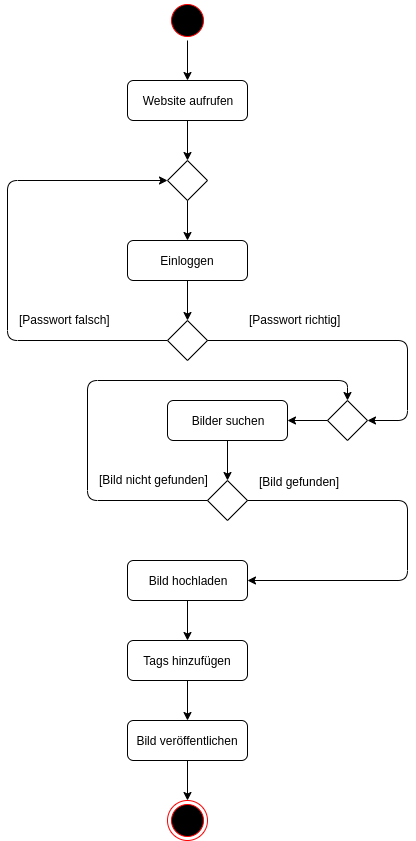
Earlier version of the draw.io export Doc/UML/AktivitätsDiagramm.png (kosquiz/imageboard). Source tidied: cells renumbered, new cells last; positions are measured from the earlier drawing's top-left corner, leaving out a move shared by most shapes.
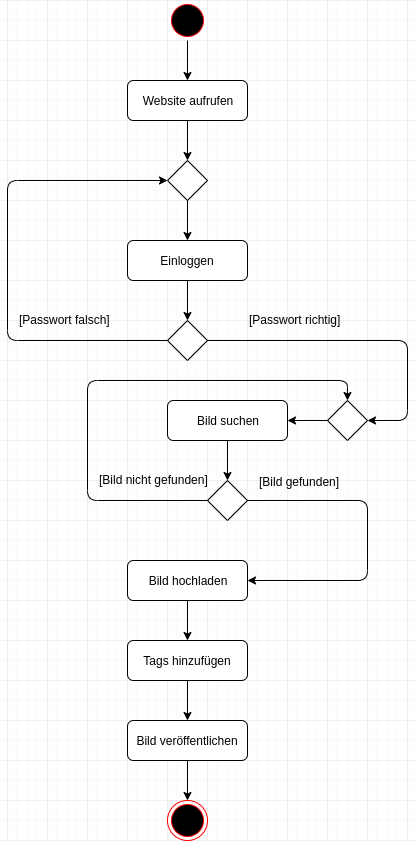
The same diagram one commit later.

Commit message:
Anpassen des Aktivitätsdiagramm

What changed in the source:
```diff
@@ -57,7 +57,7 @@
     <mxCell id="14" value="[Passwort richtig]" style="text;html=1;align=left;verticalAlign=top;spacingTop=-4;" parent="1" vertex="1">
       <mxGeometry x="240" y="310" width="110" height="20" as="geometry" />
     </mxCell>
-    <mxCell id="15" value="Bilder suchen" style="rounded=1;whiteSpace=wrap;html=1;" parent="1" vertex="1">
+    <mxCell id="15" value="Bild suchen" style="rounded=1;whiteSpace=wrap;html=1;" parent="1" vertex="1">
       <mxGeometry x="160" y="400" width="120" height="40" as="geometry" />
     </mxCell>
     <mxCell id="16" style="endArrow=classic;html=1;exitX=0.5;exitY=1;exitDx=0;exitDy=0;" parent="1" edge="1" source="15">
@@ -83,8 +83,8 @@
     <mxCell id="20" style="endArrow=classic;html=1;exitX=1;exitY=0.5;exitDx=0;exitDy=0;entryX=1;entryY=0.5;entryDx=0;entryDy=0;" parent="1" edge="1" source="17" target="22">
       <mxGeometry relative="1" as="geometry">
         <Array as="points">
-          <mxPoint x="400" y="500" />
-          <mxPoint x="400" y="580" />
+          <mxPoint x="360" y="500" />
+          <mxPoint x="360" y="580" />
         </Array>
       </mxGeometry>
     </mxCell>
```
